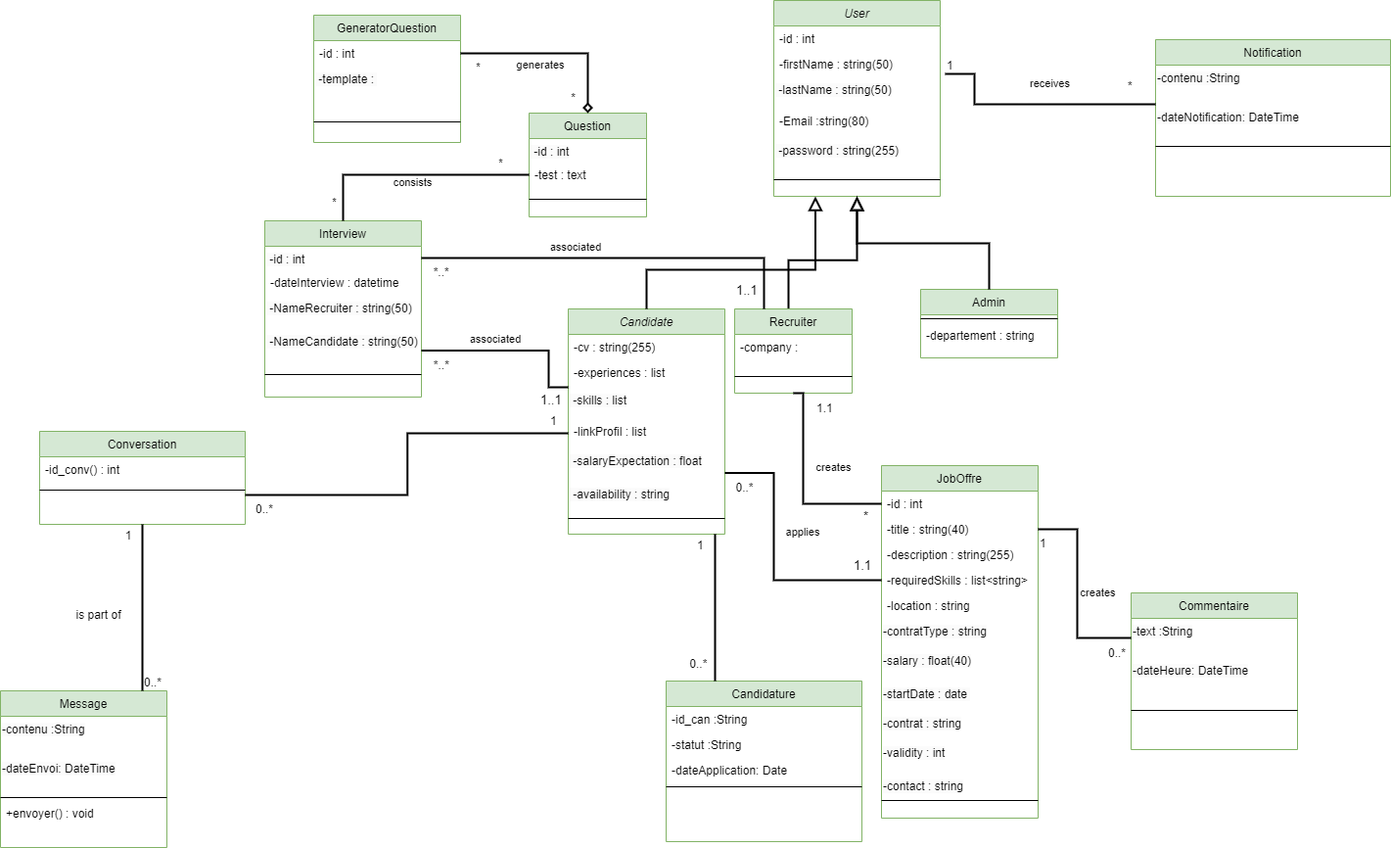
Earlier version of the draw.io export Diagramme class BD.drawio.png (chirine1/-project). Source tidied: cells renumbered, new cells last; positions are measured from the earlier drawing's top-left corner, leaving out a move shared by most shapes.
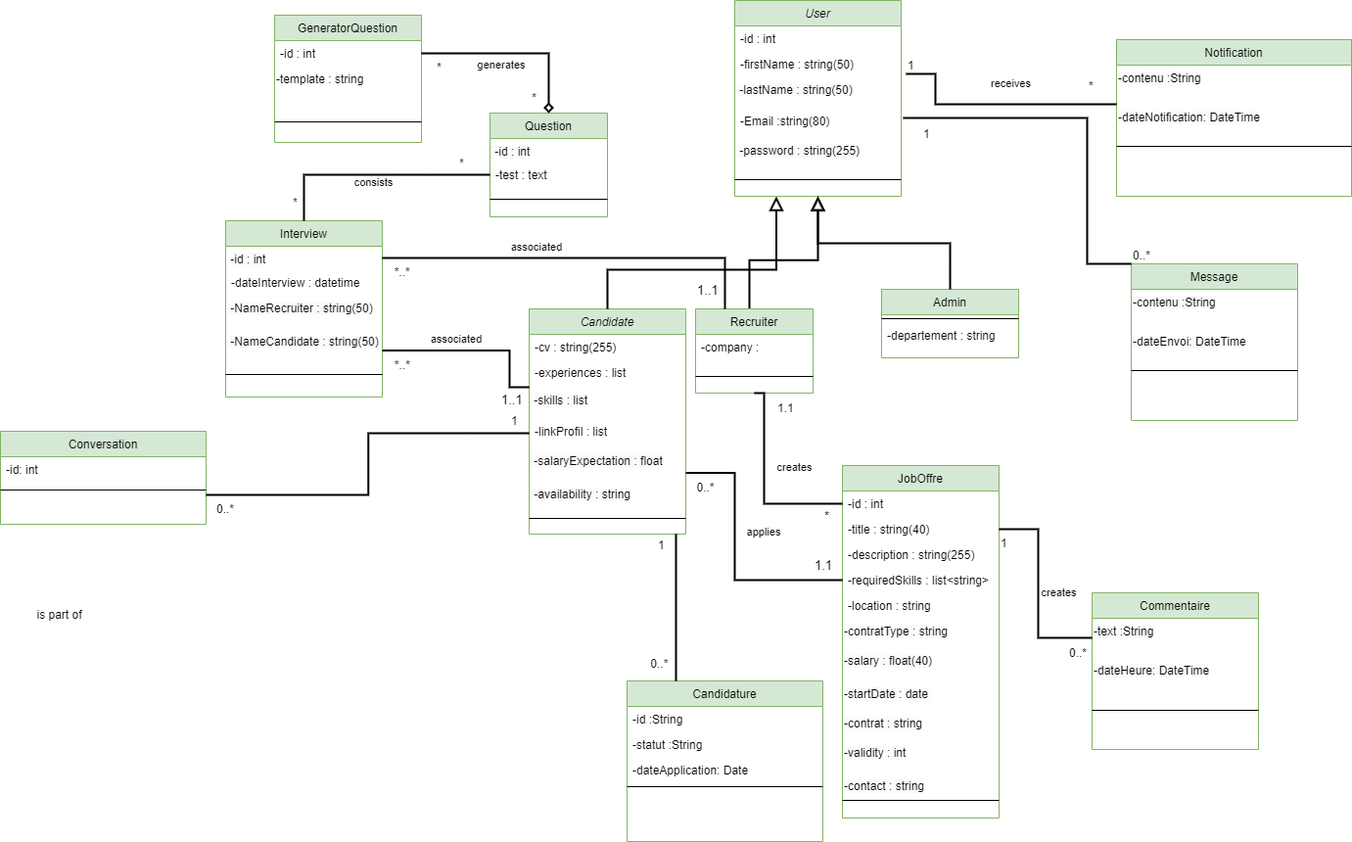
After the change.

Commit message:
Mettre à jour Diagramme class BD.drawio.png

Change to the diagram source:
```diff
@@ -118,7 +118,7 @@
     <mxCell id="39" value="-id : int" style="text;align=left;verticalAlign=top;spacingLeft=4;spacingRight=4;overflow=hidden;points=[[0,0.5],[1,0.5]];portConstraint=eastwest;" parent="38" vertex="1">
       <mxGeometry y="26" width="150" height="26" as="geometry" />
     </mxCell>
-    <mxCell id="40" value="&lt;span style=&quot;color: rgb(0, 0, 0); font-family: Helvetica; font-size: 12px; font-style: normal; font-variant-ligatures: normal; font-variant-caps: normal; font-weight: 400; letter-spacing: normal; orphans: 2; text-align: left; text-indent: 0px; text-transform: none; widows: 2; word-spacing: 0px; -webkit-text-stroke-width: 0px; background-color: rgb(251, 251, 251); text-decoration-thickness: initial; text-decoration-style: initial; text-decoration-color: initial; float: none; display: inline !important;&quot;&gt;&amp;nbsp;-template :&amp;nbsp;&lt;/span&gt;" style="text;whiteSpace=wrap;html=1;" parent="38" vertex="1">
+    <mxCell id="40" value="-template : string" style="text;whiteSpace=wrap;html=1;" parent="38" vertex="1">
       <mxGeometry y="52" width="150" height="40" as="geometry" />
     </mxCell>
     <mxCell id="41" style="line;html=1;strokeWidth=1;align=left;verticalAlign=middle;spacingTop=-1;spacingLeft=3;spacingRight=3;labelPosition=right;" parent="38" vertex="1">
@@ -291,7 +291,7 @@
     <mxCell id="77" value="Conversation" style="swimlane;fontStyle=0;align=center;verticalAlign=top;horizontal=1;startSize=26;rounded=0;shadow=0;strokeWidth=1;fillColor=#d5e8d4;strokeColor=#82b366;" parent="1" vertex="1">
       <mxGeometry x="40" y="440" width="210" height="95" as="geometry" />
     </mxCell>
-    <mxCell id="78" value="-id_conv() : int" style="text;align=left;verticalAlign=top;spacingLeft=4;spacingRight=4;overflow=hidden;" parent="77" vertex="1">
+    <mxCell id="78" value="-id: int" style="text;align=left;verticalAlign=top;spacingLeft=4;spacingRight=4;overflow=hidden;" parent="77" vertex="1">
       <mxGeometry y="26" width="210" height="24" as="geometry" />
     </mxCell>
     <mxCell id="79" style="line;html=1;strokeWidth=1;align=left;verticalAlign=middle;spacingTop=-1;spacingLeft=3;spacingRight=3;labelPosition=right;" parent="77" vertex="1">
@@ -310,7 +310,7 @@
       <mxGeometry y="106" width="170" height="28" as="geometry" />
     </mxCell>
     <mxCell id="84" value="Message" style="swimlane;fontStyle=0;align=center;verticalAlign=top;horizontal=1;startSize=26;rounded=0;shadow=0;strokeWidth=1;fillColor=#d5e8d4;strokeColor=#82b366;" parent="1" vertex="1">
-      <mxGeometry y="705" width="170" height="160" as="geometry" />
+      <mxGeometry x="1195" y="269" width="170" height="160" as="geometry" />
     </mxCell>
     <mxCell id="85" value="&lt;span style=&quot;color: rgb(0, 0, 0); font-family: Helvetica; font-size: 12px; font-style: normal; font-variant-ligatures: normal; font-variant-caps: normal; font-weight: 400; letter-spacing: normal; orphans: 2; text-align: left; text-indent: 0px; text-transform: none; widows: 2; word-spacing: 0px; -webkit-text-stroke-width: 0px; background-color: rgb(251, 251, 251); text-decoration-thickness: initial; text-decoration-style: initial; text-decoration-color: initial; float: none; display: inline !important;&quot;&gt;-contenu :String&lt;/span&gt;" style="text;whiteSpace=wrap;html=1;" parent="84" vertex="1">
       <mxGeometry y="26" width="170" height="40" as="geometry" />
@@ -321,13 +321,10 @@
     <mxCell id="87" style="line;html=1;strokeWidth=1;align=left;verticalAlign=middle;spacingTop=-1;spacingLeft=3;spacingRight=3;labelPosition=right;" parent="84" vertex="1">
       <mxGeometry y="106" width="170" height="6" as="geometry" />
     </mxCell>
-    <mxCell id="88" value="+envoyer() : void" style="text;align=left;verticalAlign=top;spacingLeft=4;spacingRight=4;overflow=hidden;" parent="84" vertex="1">
-      <mxGeometry y="112" width="170" height="38" as="geometry" />
-    </mxCell>
     <mxCell id="89" value="Candidature" style="swimlane;fontStyle=0;align=center;verticalAlign=top;horizontal=1;startSize=26;rounded=0;shadow=0;strokeWidth=1;fillColor=#d5e8d4;strokeColor=#82b366;" parent="1" vertex="1">
       <mxGeometry x="680" y="695" width="200" height="164" as="geometry" />
     </mxCell>
-    <mxCell id="90" value="-id_can :String" style="text;align=left;verticalAlign=top;spacingLeft=4;spacingRight=4;overflow=hidden;" parent="89" vertex="1">
+    <mxCell id="90" value="-id :String" style="text;align=left;verticalAlign=top;spacingLeft=4;spacingRight=4;overflow=hidden;" parent="89" vertex="1">
       <mxGeometry y="26" width="200" height="26" as="geometry" />
     </mxCell>
     <mxCell id="91" value="-statut :String" style="text;align=left;verticalAlign=top;spacingLeft=4;spacingRight=4;overflow=hidden;" parent="89" vertex="1">
@@ -339,23 +336,6 @@
     <mxCell id="93" style="line;html=1;strokeWidth=1;align=left;verticalAlign=middle;spacingTop=-1;spacingLeft=3;spacingRight=3;labelPosition=right;" parent="89" vertex="1">
       <mxGeometry y="104" width="200" height="8" as="geometry" />
     </mxCell>
-    <mxCell id="94" style="endArrow=none;shadow=0;strokeWidth=2;rounded=0;endFill=0;edgeStyle=elbowEdgeStyle;elbow=horizontal;entryX=0.5;entryY=1;entryDx=0;entryDy=0;" parent="1" edge="1" target="77">
-      <mxGeometry x="0.5" y="41" relative="1" as="geometry">
-        <mxPoint x="145" y="705" as="sourcePoint" />
-        <Array as="points">
-          <mxPoint x="145" y="655" />
-        </Array>
-        <mxPoint x="-40" y="32" as="offset" />
-      </mxGeometry>
-    </mxCell>
-    <mxCell id="95" value="0..*" style="align=left;verticalAlign=bottom;labelBackgroundColor=none;fontSize=12;" parent="94" vertex="1">
-      <mxGeometry x="-1" relative="1" as="geometry" />
-    </mxCell>
-    <mxCell id="96" value="1" style="align=right;verticalAlign=bottom;labelBackgroundColor=none;fontSize=12;" parent="94" vertex="1">
-      <mxGeometry x="1" relative="1" as="geometry">
-        <mxPoint x="-10" y="20" as="offset" />
-      </mxGeometry>
-    </mxCell>
     <mxCell id="97" style="endArrow=none;shadow=0;strokeWidth=2;rounded=0;endFill=0;edgeStyle=elbowEdgeStyle;elbow=horizontal;exitX=0;exitY=0.5;exitDx=0;exitDy=0;entryX=1;entryY=0.5;entryDx=0;entryDy=0;" parent="1" edge="1" source="81" target="16">
       <mxGeometry x="0.5" y="41" relative="1" as="geometry">
         <Array as="points">
@@ -455,5 +435,22 @@
         <mxPoint x="-1" y="22" as="offset" />
       </mxGeometry>
     </mxCell>
+    <mxCell id="116" style="endArrow=none;shadow=0;strokeWidth=2;rounded=0;endFill=0;edgeStyle=elbowEdgeStyle;elbow=horizontal;entryX=1;entryY=0;entryDx=0;entryDy=0;exitX=0;exitY=0;exitDx=0;exitDy=0;" parent="1" edge="1" source="84">
+      <mxGeometry x="0.5" y="41" relative="1" as="geometry">
+        <mxPoint x="962" y="120" as="targetPoint" />
+        <Array as="points">
+          <mxPoint x="1150" y="175" />
+        </Array>
+        <mxPoint x="-40" y="32" as="offset" />
+      </mxGeometry>
+    </mxCell>
+    <mxCell id="95" value="0..*" style="align=left;verticalAlign=bottom;labelBackgroundColor=none;fontSize=12;" parent="116" vertex="1">
+      <mxGeometry x="-1" relative="1" as="geometry" />
+    </mxCell>
+    <mxCell id="96" value="1" style="align=right;verticalAlign=bottom;labelBackgroundColor=none;fontSize=12;" parent="116" vertex="1">
+      <mxGeometry x="1" relative="1" as="geometry">
+        <mxPoint x="29" y="25" as="offset" />
+      </mxGeometry>
+    </mxCell>
   </root>
 </mxGraphModel>
```
